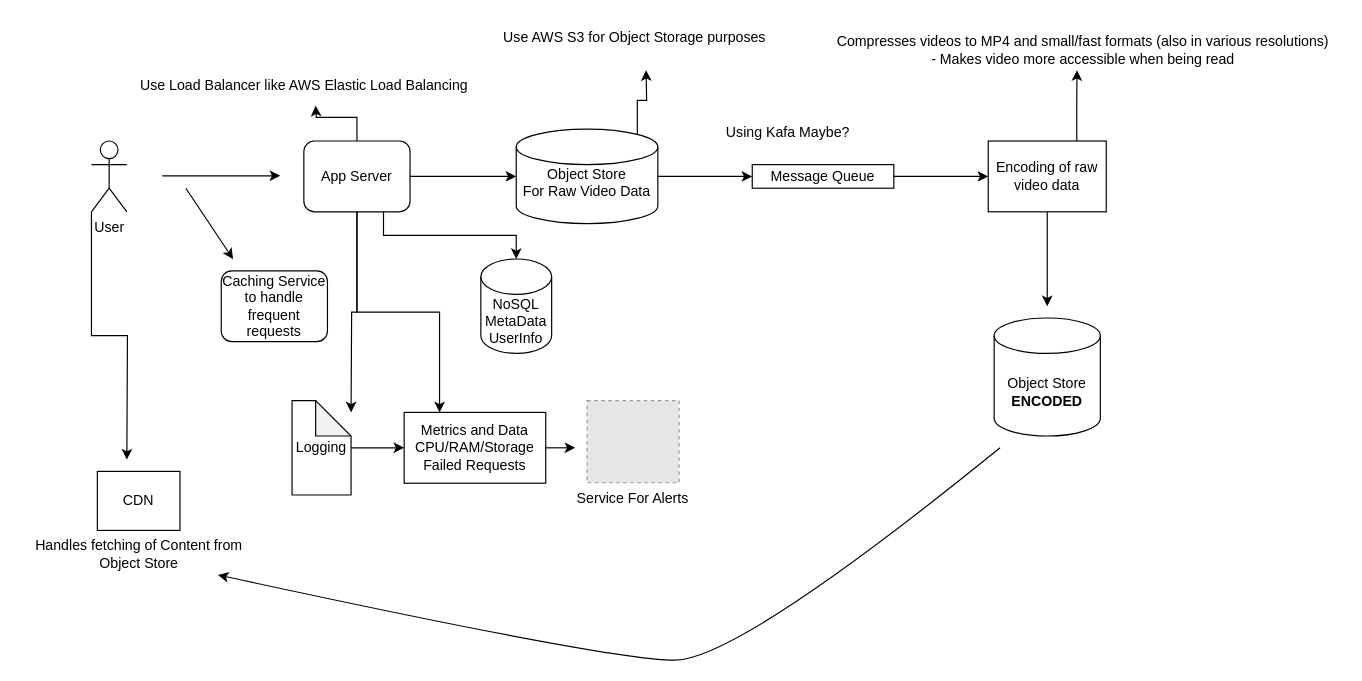
The draw.io diagram Untitled Diagram.drawio in matthewyohannes/system-design, before the edit. Source tidied: cells renumbered, new cells numbered last; positions are measured from the earlier drawing's top-left corner, leaving out a move shared by most shapes. Both pictures are drawn from the tidied source at 118%, with x=0, y=0 at pixel (20, 20). Pictures stored in the file or linked from it are replaced by grey dashed boxes.
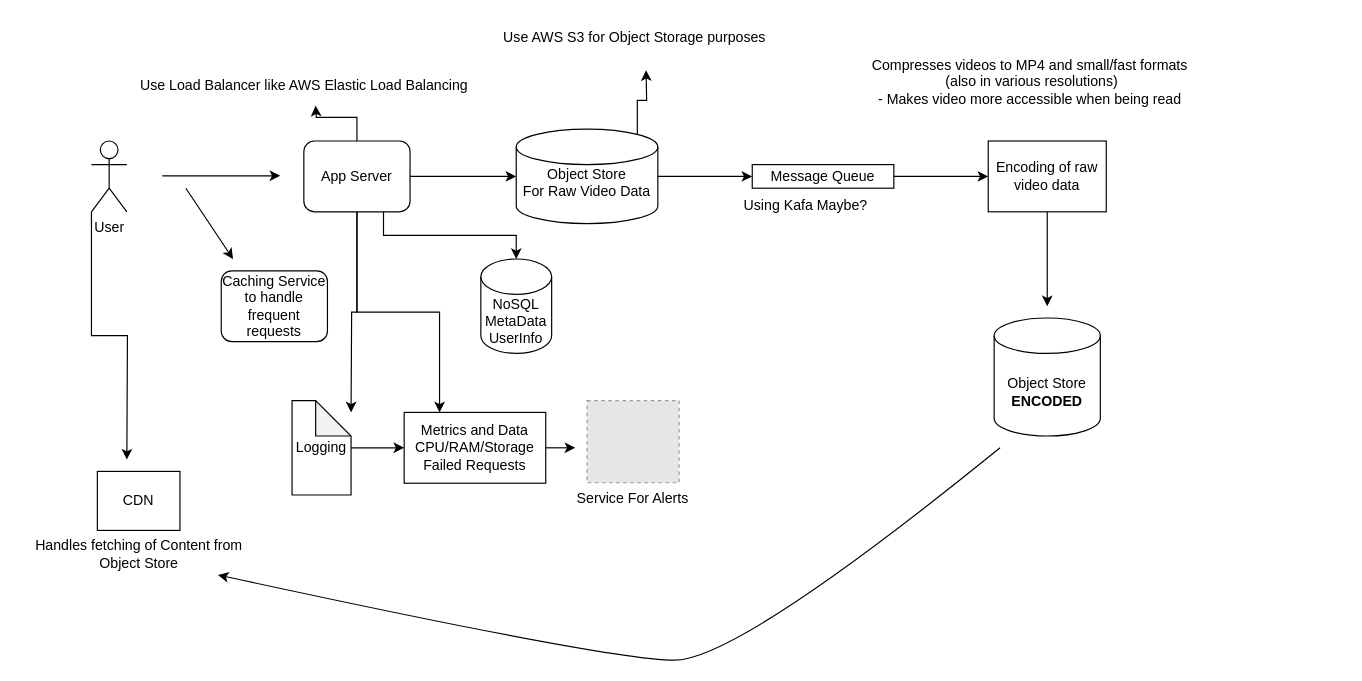
The same page after the edit.

The change refers to these unchanged cells:
```xml
<mxCell id="27" value="Encoding of raw video data" style="whiteSpace=wrap;html=1;" parent="1" vertex="1">
  <mxGeometry x="820" y="102" width="100" height="60" as="geometry" />
</mxCell>
```

Change to the diagram source:
```diff
@@
-    <mxCell id="25" style="edgeStyle=orthogonalEdgeStyle;rounded=0;jettySize=auto;html=1;exitX=0.75;exitY=0;exitDx=0;exitDy=0;" parent="1" edge="1" source="27">
-      <mxGeometry relative="1" as="geometry">
-        <mxPoint x="895.2" y="42" as="targetPoint" />
-      </mxGeometry>
-    </mxCell>
@@
     <mxCell id="29" value="Using Kafa Maybe?" style="text;html=1;align=center;verticalAlign=middle;strokeColor=none;fillColor=none;" parent="1" vertex="1">
-      <mxGeometry x="585" y="80" width="130" height="30" as="geometry" />
+      <mxGeometry x="600" y="142" width="130" height="30" as="geometry" />
     </mxCell>
-    <mxCell id="30" value="Compresses videos to MP4 and small/fast formats (also in various resolutions)&lt;div&gt;- Makes video more accessible when being read&lt;/div&gt;" style="text;html=1;align=center;verticalAlign=middle;strokeColor=none;fillColor=none;" parent="1" vertex="1">
-      <mxGeometry x="680" y="5" width="440" height="40" as="geometry" />
+    <mxCell id="30" value="Compresses videos to MP4 and small/fast formats&lt;div&gt;&amp;nbsp;(also in various resolutions)&lt;div&gt;- Makes video more accessible when being read&lt;/div&gt;&lt;/div&gt;" style="text;html=1;align=center;verticalAlign=middle;strokeColor=none;fillColor=none;" parent="1" vertex="1">
+      <mxGeometry x="710" y="22" width="290" height="60" as="geometry" />
     </mxCell>
```
